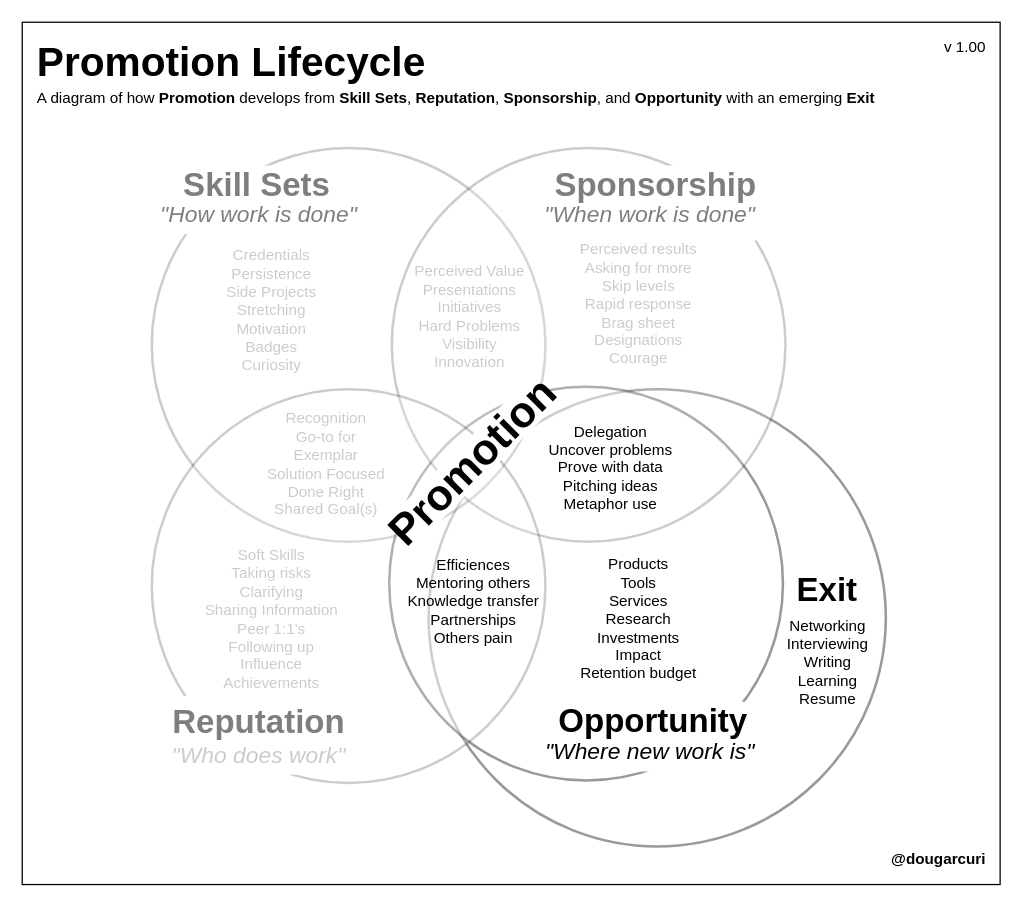
The draw.io diagram page "four-side" (8 of 12) of mentoring/diagrams/promotion.drawio in solidi/learning-notes, before the edit. Source tidied: cells renumbered, new cells numbered last; positions are measured from the earlier drawing's top-left corner, leaving out a move shared by most shapes. Both pictures are drawn from the tidied source at 127%, with x=0, y=0 at pixel (22, 22).
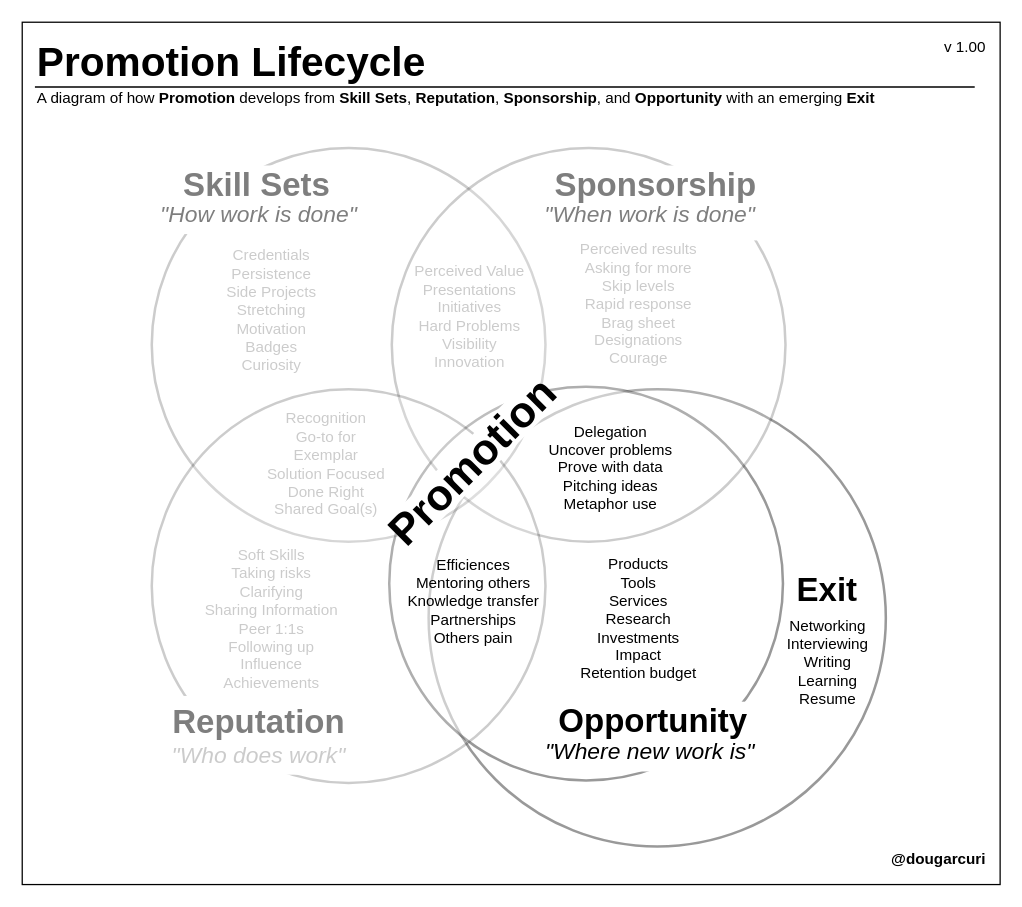
Above is the later version.

The change refers to these unchanged cells:
```xml
<mxCell id="7" style="group;" parent="1" vertex="1">
  <mxGeometry x="100" y="99" width="580" height="550" as="geometry" />
</mxCell>
```

Change to the diagram source:
```diff
@@
-    <mxCell id="18" value="Soft Skills&lt;br&gt;Taking risks&lt;br&gt;Clarifying&lt;br&gt;Sharing Information&lt;br&gt;Peer 1:1's&lt;br&gt;Following up&lt;br&gt;Influence&lt;br&gt;Achievements" style="text;html=1;align=center;verticalAlign=middle;strokeColor=none;fillColor=none;textOpacity=20;" parent="7" vertex="1">
+    <mxCell id="18" value="Soft Skills&lt;br&gt;Taking risks&lt;br&gt;Clarifying&lt;br&gt;Sharing Information&lt;br&gt;Peer 1:1s&lt;br&gt;Following up&lt;br&gt;Influence&lt;br&gt;Achievements" style="text;html=1;align=center;verticalAlign=middle;strokeColor=none;fillColor=none;textOpacity=20;" parent="7" vertex="1">
       <mxGeometry x="31.4" y="306" width="130" height="130" as="geometry" />
     </mxCell>
@@
+    <mxCell id="36" style="endArrow=none;html=1;rounded=0;" parent="1" edge="1">
+      <mxGeometry relative="1" as="geometry">
+        <mxPoint x="10" y="51" as="sourcePoint" />
+        <mxPoint x="750" y="51" as="targetPoint" />
+      </mxGeometry>
+    </mxCell>
```
